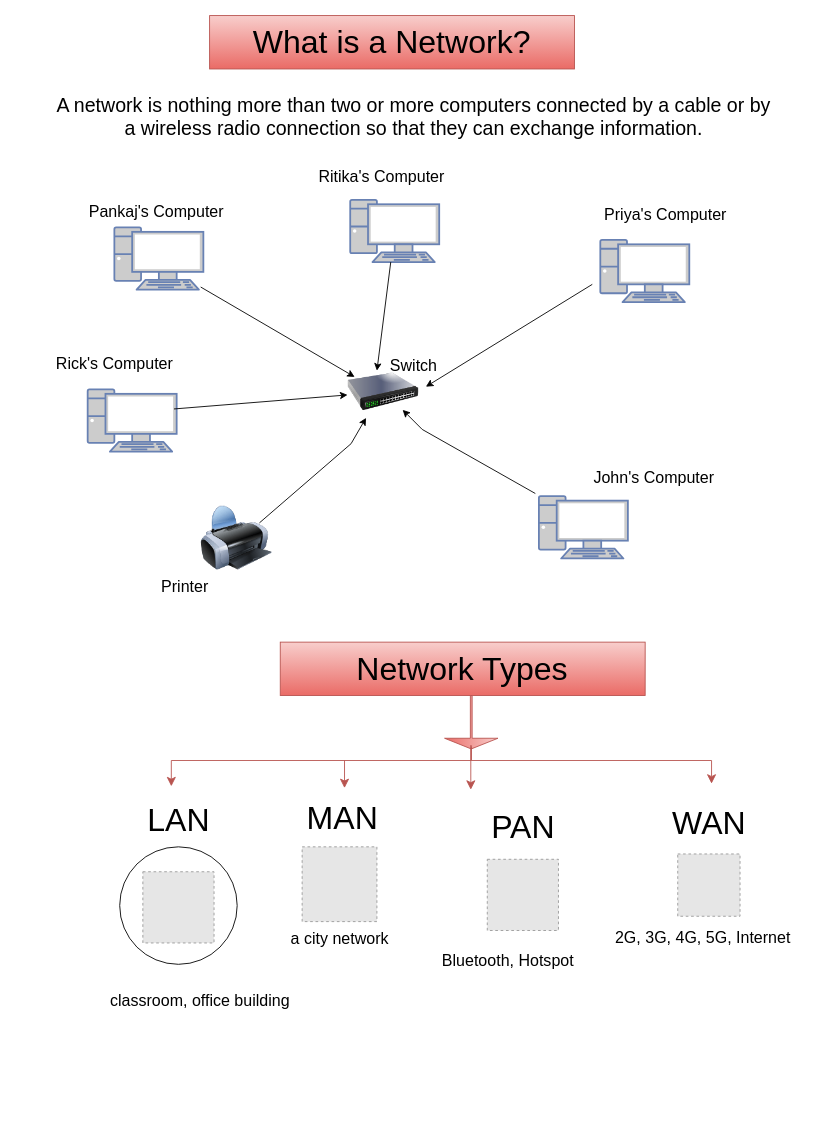
This is page "Network Types (LAN, PAN, WAN)" (6 of 7) of Untitled Diagram.drawio from magnate01/draw, a draw.io file, before an edit. Source tidied: cells renumbered, new cells numbered last; positions are measured from the earlier drawing's top-left corner, leaving out a move shared by most shapes. Both pictures are drawn from the tidied source at 89%, with x=0, y=0 at pixel (47, 15). Pictures stored in the file or linked from it are replaced by grey dashed boxes.
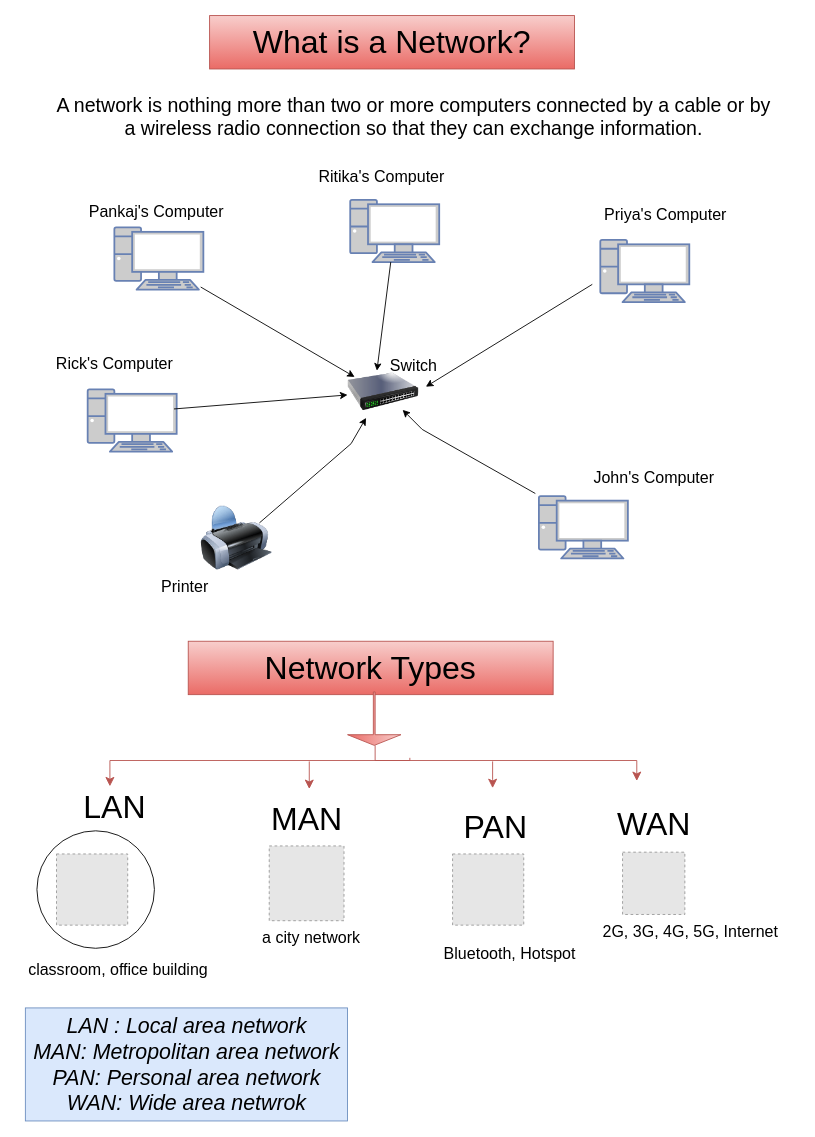
The same diagram, later.

The edit, as a diff of the source:
```diff
@@
     <mxCell id="3" style="ellipse;whiteSpace=wrap;html=1;" parent="1" vertex="1">
-      <mxGeometry x="81" y="934" width="132" height="132" as="geometry" />
+      <mxGeometry x="-12" y="916" width="132" height="132" as="geometry" />
     </mxCell>
     <mxCell id="4" value="&lt;font style=&quot;font-size: 36px;&quot;&gt;Network Types&lt;br&gt;&lt;/font&gt;" style="rounded=0;whiteSpace=wrap;html=1;fillColor=#f8cecc;strokeColor=#b85450;gradientColor=#ea6b66;" parent="1" vertex="1">
-      <mxGeometry x="261.4" y="704" width="410" height="60" as="geometry" />
+      <mxGeometry x="158" y="703" width="410" height="60" as="geometry" />
     </mxCell>
     <mxCell id="5" style="shape=singleArrow;direction=south;whiteSpace=wrap;html=1;fillColor=#f8cecc;gradientColor=#ea6b66;strokeColor=#b85450;arrowWidth=0.03333333333333333;arrowSize=0.2;" parent="1" vertex="1">
-      <mxGeometry x="446" y="764" width="60" height="60" as="geometry" />
+      <mxGeometry x="337" y="760" width="60" height="60" as="geometry" />
     </mxCell>
     <mxCell id="6" style="edgeStyle=elbowEdgeStyle;elbow=vertical;endArrow=classic;html=1;curved=0;rounded=0;endSize=8;startSize=8;fillColor=#f8cecc;gradientColor=#ea6b66;strokeColor=#b85450;entryX=0.233;entryY=-0.067;entryDx=0;entryDy=0;entryPerimeter=0;" parent="1" edge="1">
       <mxGeometry relative="1" as="geometry">
-        <mxPoint x="476" y="822" as="sourcePoint" />
-        <mxPoint x="139" y="866" as="targetPoint" />
+        <mxPoint x="407" y="834" as="sourcePoint" />
+        <mxPoint x="70" y="866" as="targetPoint" />
         <Array as="points">
-          <mxPoint x="263" y="837" />
+          <mxPoint x="194" y="837" />
         </Array>
       </mxGeometry>
     </mxCell>
     <mxCell id="7" style="edgeStyle=elbowEdgeStyle;elbow=vertical;endArrow=classic;html=1;curved=0;rounded=0;endSize=8;startSize=8;fillColor=#f8cecc;gradientColor=#ea6b66;strokeColor=#b85450;" parent="1" edge="1">
       <mxGeometry relative="1" as="geometry">
-        <mxPoint x="475.5" y="819.8" as="sourcePoint" />
-        <mxPoint x="475.5" y="869.8" as="targetPoint" />
+        <mxPoint x="500" y="838" as="sourcePoint" />
+        <mxPoint x="500" y="868" as="targetPoint" />
         <Array as="points">
-          <mxPoint x="635.5" y="859.8" />
+          <mxPoint x="660" y="858" />
         </Array>
       </mxGeometry>
     </mxCell>
-    <mxCell id="8" style="edgeStyle=elbowEdgeStyle;elbow=vertical;endArrow=classic;html=1;curved=0;rounded=0;endSize=8;startSize=8;fillColor=#f8cecc;gradientColor=#ea6b66;strokeColor=#b85450;entryX=0.564;entryY=0;entryDx=0;entryDy=0;entryPerimeter=0;" parent="1" edge="1">
+    <mxCell id="8" style="edgeStyle=elbowEdgeStyle;elbow=vertical;endArrow=classic;html=1;curved=0;rounded=0;endSize=8;startSize=8;fillColor=#f8cecc;gradientColor=#ea6b66;strokeColor=#b85450;" parent="1" edge="1">
       <mxGeometry relative="1" as="geometry">
-        <mxPoint x="476" y="820" as="sourcePoint" />
-        <mxPoint x="746" y="863" as="targetPoint" />
+        <mxPoint x="368" y="820" as="sourcePoint" />
+        <mxPoint x="662" y="860" as="targetPoint" />
         <Array as="points">
-          <mxPoint x="783" y="837" />
-          <mxPoint x="622" y="822" />
-          <mxPoint x="694" y="830" />
+          <mxPoint x="675" y="837" />
+          <mxPoint x="514" y="822" />
+          <mxPoint x="586" y="830" />
         </Array>
       </mxGeometry>
     </mxCell>
     <mxCell id="9" value="&lt;font style=&quot;font-size: 36px;&quot;&gt;LAN&lt;/font&gt;" style="text;html=1;align=center;verticalAlign=middle;strokeColor=none;fillColor=none;" parent="1" vertex="1">
-      <mxGeometry x="102" y="874" width="90" height="60" as="geometry" />
+      <mxGeometry x="30" y="859" width="90" height="60" as="geometry" />
     </mxCell>
     <mxCell id="10" value="&lt;font style=&quot;font-size: 36px;&quot;&gt;PAN&lt;/font&gt;" style="text;html=1;align=center;verticalAlign=middle;strokeColor=none;fillColor=none;" parent="1" vertex="1">
-      <mxGeometry x="489" y="882" width="90" height="60" as="geometry" />
+      <mxGeometry x="458" y="882" width="90" height="60" as="geometry" />
     </mxCell>
     <mxCell id="11" value="&lt;font style=&quot;font-size: 36px;&quot;&gt;WAN&lt;/font&gt;" style="text;html=1;align=center;verticalAlign=middle;strokeColor=none;fillColor=none;" parent="1" vertex="1">
-      <mxGeometry x="688" y="877" width="110" height="60" as="geometry" />
+      <mxGeometry x="626" y="878" width="110" height="60" as="geometry" />
     </mxCell>
     <mxCell id="12" style="fillColor=#E6E6E6;strokeColor=#999999;dashed=1;verticalLabelPosition=bottom;verticalAlign=top;" parent="1" vertex="1">
-      <mxGeometry x="708" y="942" width="70" height="70" as="geometry" />
+      <mxGeometry x="646" y="940" width="70" height="70" as="geometry" />
     </mxCell>
     <mxCell id="13" style="fillColor=#E6E6E6;strokeColor=#999999;dashed=1;verticalLabelPosition=bottom;verticalAlign=top;" parent="1" vertex="1">
-      <mxGeometry x="107" y="962" width="80" height="80" as="geometry" />
+      <mxGeometry x="10" y="942" width="80" height="80" as="geometry" />
     </mxCell>
     <mxCell id="14" value="&lt;font style=&quot;font-size: 18px;&quot;&gt;classroom, office building&lt;/font&gt;" style="text;html=1;align=center;verticalAlign=middle;strokeColor=none;fillColor=none;" parent="1" vertex="1">
-      <mxGeometry x="56" y="1087" width="230" height="40" as="geometry" />
+      <mxGeometry x="-36" y="1052" width="230" height="40" as="geometry" />
     </mxCell>
     <mxCell id="15" style="fillColor=#E6E6E6;strokeColor=#999999;dashed=1;verticalLabelPosition=bottom;verticalAlign=top;" parent="1" vertex="1">
-      <mxGeometry x="494" y="948" width="80" height="80" as="geometry" />
+      <mxGeometry x="455" y="942" width="80" height="80" as="geometry" />
     </mxCell>
     <mxCell id="16" value="&lt;font style=&quot;font-size: 18px;&quot;&gt;Bluetooth, Hotspot&lt;br&gt;&lt;/font&gt;" style="text;html=1;align=center;verticalAlign=middle;strokeColor=none;fillColor=none;" parent="1" vertex="1">
-      <mxGeometry x="432" y="1042" width="170" height="40" as="geometry" />
+      <mxGeometry x="434" y="1034" width="170" height="40" as="geometry" />
     </mxCell>
     <mxCell id="17" value="&lt;font style=&quot;font-size: 18px;&quot;&gt;2G, 3G, 4G, 5G, Internet&lt;br&gt;&lt;/font&gt;" style="text;html=1;align=center;verticalAlign=middle;strokeColor=none;fillColor=none;" parent="1" vertex="1">
-      <mxGeometry x="626" y="1017" width="220" height="40" as="geometry" />
+      <mxGeometry x="612" y="1010" width="220" height="40" as="geometry" />
     </mxCell>
@@
     <mxCell id="19" style="fillColor=#E6E6E6;strokeColor=#999999;dashed=1;verticalLabelPosition=bottom;verticalAlign=top;" parent="1" vertex="1">
-      <mxGeometry x="286" y="934" width="84" height="84" as="geometry" />
+      <mxGeometry x="249" y="933" width="84" height="84" as="geometry" />
     </mxCell>
     <mxCell id="20" style="edgeStyle=elbowEdgeStyle;elbow=vertical;endArrow=classic;html=1;curved=0;rounded=0;endSize=8;startSize=8;fillColor=#f8cecc;gradientColor=#ea6b66;strokeColor=#b85450;" parent="1" edge="1">
       <mxGeometry relative="1" as="geometry">
-        <mxPoint x="333.6" y="837" as="sourcePoint" />
-        <mxPoint x="333.6" y="868" as="targetPoint" />
+        <mxPoint x="294" y="838" as="sourcePoint" />
+        <mxPoint x="294" y="869" as="targetPoint" />
         <Array as="points">
-          <mxPoint x="642.1" y="865.8" />
+          <mxPoint x="602.5" y="866.8" />
         </Array>
       </mxGeometry>
     </mxCell>
     <mxCell id="21" value="&lt;font style=&quot;font-size: 36px;&quot;&gt;MAN&lt;/font&gt;" style="text;html=1;align=center;verticalAlign=middle;strokeColor=none;fillColor=none;" parent="1" vertex="1">
-      <mxGeometry x="282" y="873" width="98" height="55" as="geometry" />
+      <mxGeometry x="242" y="875" width="98" height="55" as="geometry" />
     </mxCell>
     <mxCell id="22" value="&lt;span style=&quot;font-size: 18px;&quot;&gt;a city network&lt;/span&gt;" style="text;html=1;align=center;verticalAlign=middle;strokeColor=none;fillColor=none;" parent="1" vertex="1">
-      <mxGeometry x="264" y="1021" width="128" height="34" as="geometry" />
+      <mxGeometry x="232" y="1020" width="128" height="34" as="geometry" />
     </mxCell>
@@
+    <mxCell id="44" value="&lt;div&gt;&lt;i&gt;&lt;font style=&quot;font-size: 24px;&quot;&gt;LAN : Local area network&lt;/font&gt;&lt;/i&gt;&lt;/div&gt;&lt;div&gt;&lt;i&gt;&lt;font style=&quot;font-size: 24px;&quot;&gt;MAN: Metropolitan area network&lt;br&gt;&lt;/font&gt;&lt;/i&gt;&lt;/div&gt;&lt;div&gt;&lt;i&gt;&lt;font style=&quot;font-size: 24px;&quot;&gt;PAN: Personal area network&lt;/font&gt;&lt;/i&gt;&lt;/div&gt;&lt;div&gt;&lt;i&gt;&lt;font style=&quot;font-size: 24px;&quot;&gt;WAN: Wide area netwrok&lt;br&gt;&lt;/font&gt;&lt;/i&gt;&lt;/div&gt;" style="text;html=1;align=center;verticalAlign=middle;strokeColor=#6c8ebf;fillColor=#dae8fc;" parent="1" vertex="1">
+      <mxGeometry x="-25" y="1115" width="362" height="127" as="geometry" />
+    </mxCell>
```
